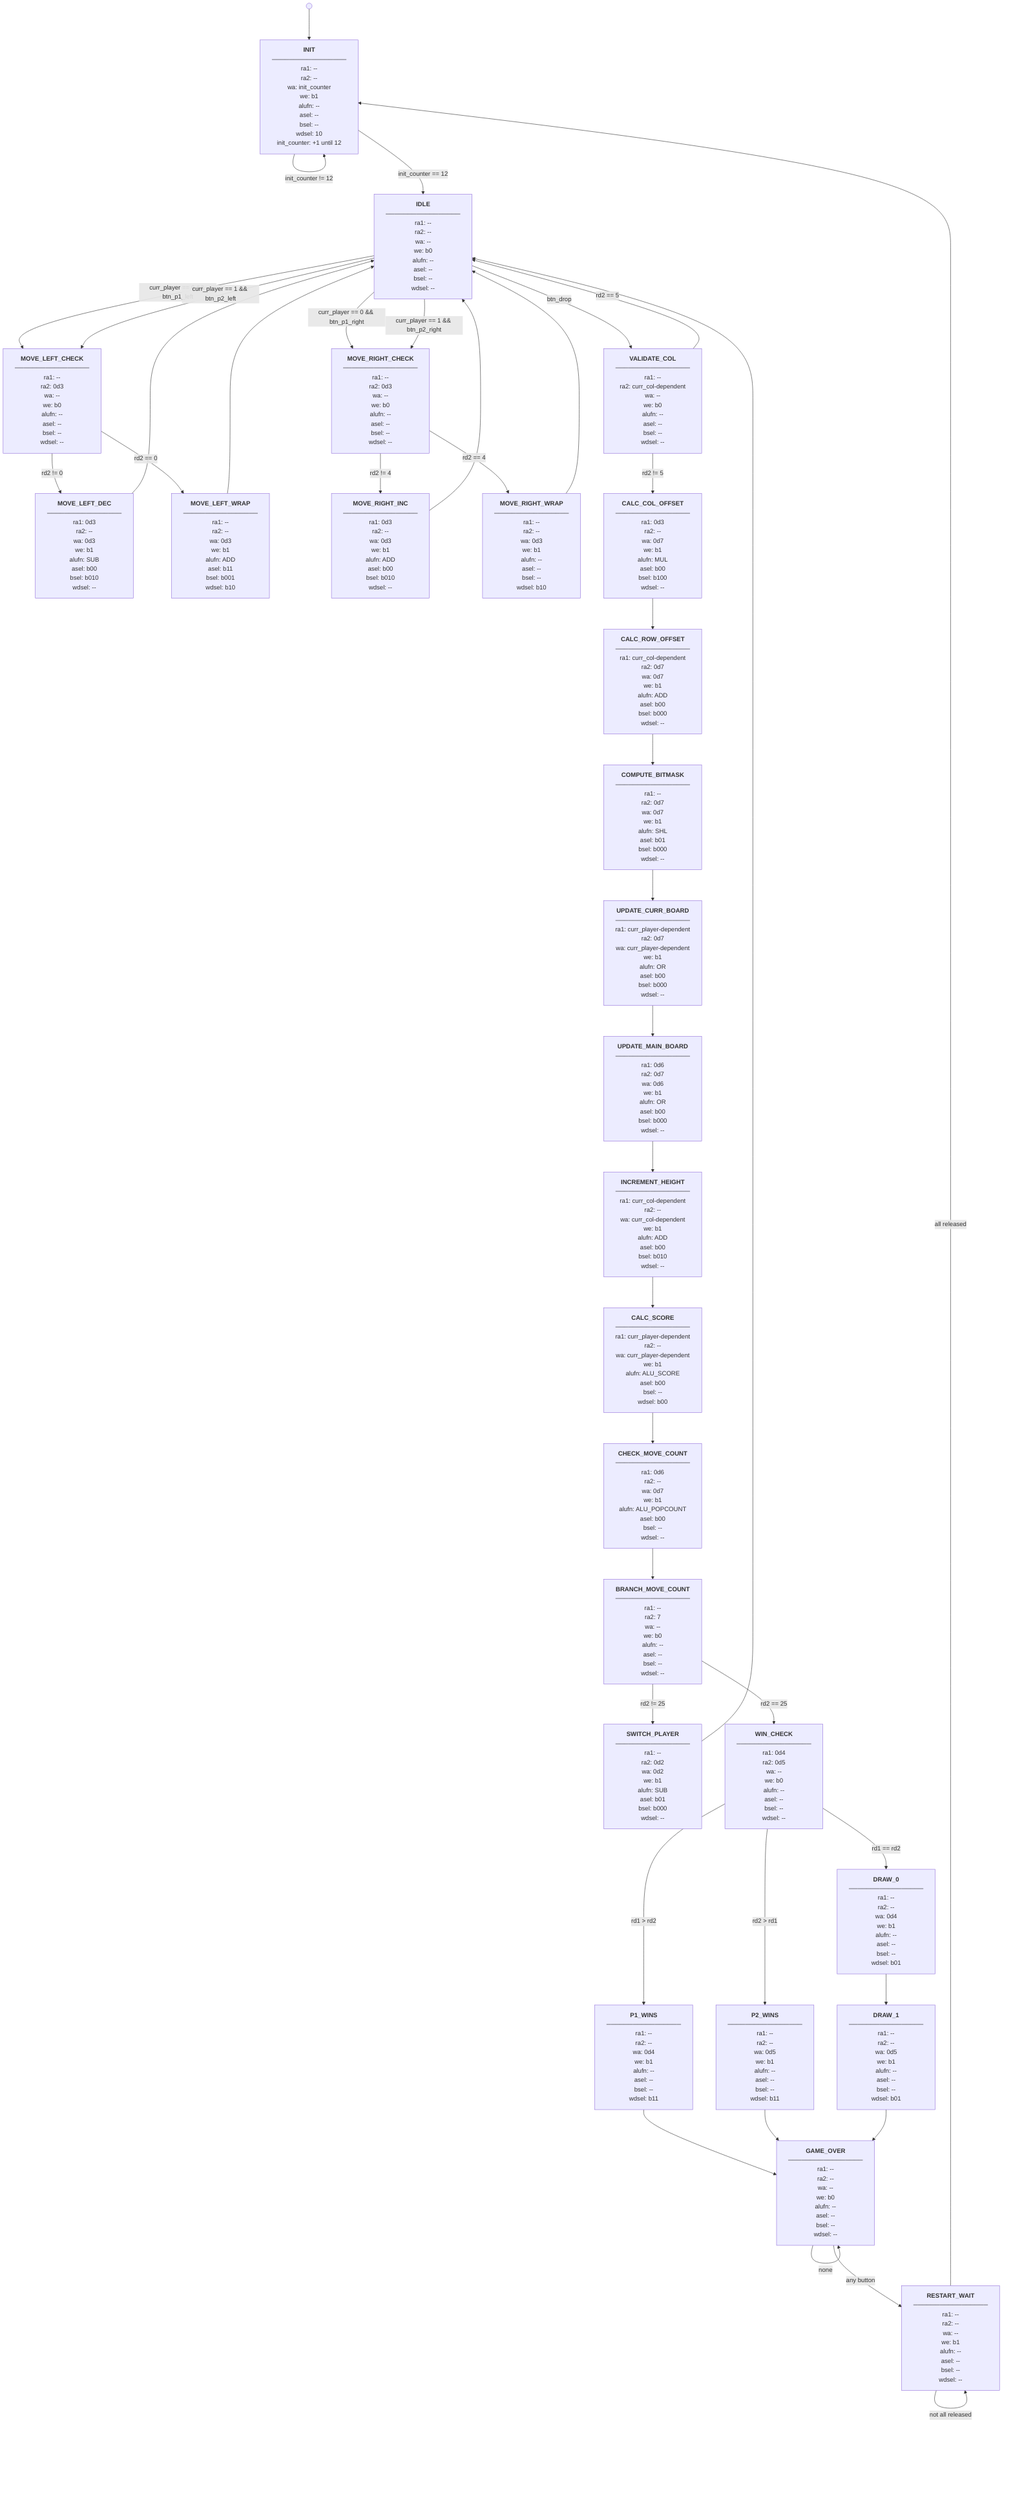
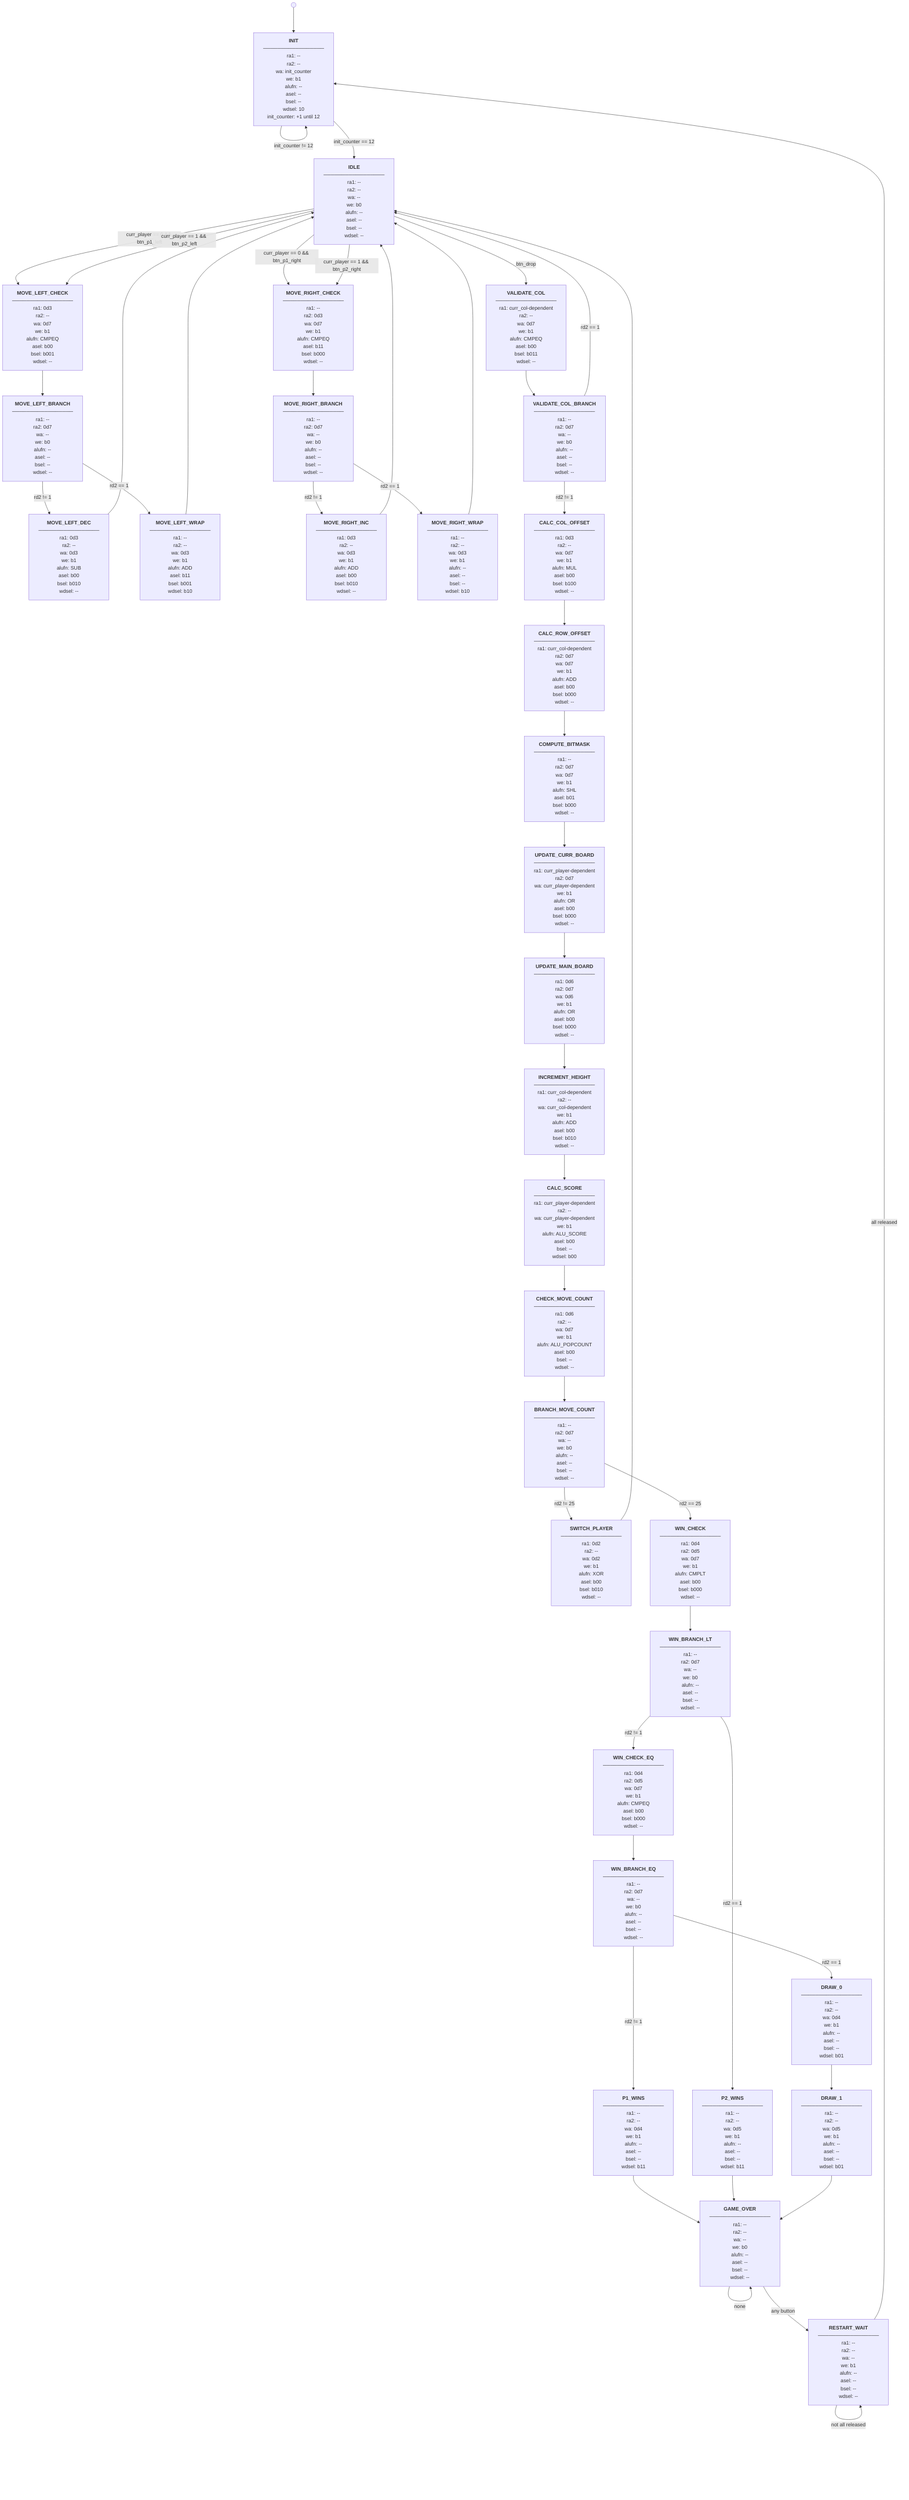
%%{init: {'flowchart': {'nodeSpacing': 60, 'rankSpacing': 80}}}%%
flowchart TD

  START(( )) --> INIT

  INIT["<b>INIT</b>
  ─────────────────
  ra1: --
  ra2: --
  wa: init_counter
  we: b1
  alufn: --
  asel: --
  bsel: --
  wdsel: 10
  init_counter: +1 until 12"]

  IDLE["<b>IDLE</b>
  ─────────────────
  ra1: --
  ra2: --
  wa: --
  we: b0
  alufn: --
  asel: --
  bsel: --
  wdsel: --"]

  MOVE_LEFT_CHECK["<b>MOVE_LEFT_CHECK</b>
  ─────────────────
-   ra1: --
-   ra2: 0d3
+   ra1: 0d3
+   ra2: --
+   wa: 0d7
+   we: b1
+   alufn: CMPEQ
+   asel: b00
+   bsel: b001
+   wdsel: --"]
+ 
+   MOVE_LEFT_BRANCH["<b>MOVE_LEFT_BRANCH</b>
+   ─────────────────
+   ra1: --
+   ra2: 0d7
  wa: --
  we: b0
  alufn: --
  asel: --
  bsel: --
  wdsel: --"]

  MOVE_LEFT_DEC["<b>MOVE_LEFT_DEC</b>
  ─────────────────
  ra1: 0d3
  ra2: --
  wa: 0d3
  we: b1
  alufn: SUB
  asel: b00
  bsel: b010
  wdsel: --"]

  MOVE_LEFT_WRAP["<b>MOVE_LEFT_WRAP</b>
  ─────────────────
  ra1: --
  ra2: --
  wa: 0d3
  we: b1
  alufn: ADD
  asel: b11
  bsel: b001
  wdsel: b10"]

  MOVE_RIGHT_CHECK["<b>MOVE_RIGHT_CHECK</b>
  ─────────────────
  ra1: --
  ra2: 0d3
+   wa: 0d7
+   we: b1
+   alufn: CMPEQ
+   asel: b11
+   bsel: b000
+   wdsel: --"]
+ 
+   MOVE_RIGHT_BRANCH["<b>MOVE_RIGHT_BRANCH</b>
+   ─────────────────
+   ra1: --
+   ra2: 0d7
  wa: --
  we: b0
  alufn: --
  asel: --
  bsel: --
  wdsel: --"]

  MOVE_RIGHT_INC["<b>MOVE_RIGHT_INC</b>
  ─────────────────
  ra1: 0d3
  ra2: --
  wa: 0d3
  we: b1
  alufn: ADD
  asel: b00
  bsel: b010
  wdsel: --"]

  MOVE_RIGHT_WRAP["<b>MOVE_RIGHT_WRAP</b>
  ─────────────────
  ra1: --
  ra2: --
  wa: 0d3
  we: b1
  alufn: --
  asel: --
  bsel: --
  wdsel: b10"]

  VALIDATE_COL["<b>VALIDATE_COL</b>
  ─────────────────
-   ra1: --
-   ra2: curr_col-dependent
+   ra1: curr_col-dependent
+   ra2: --
+   wa: 0d7
+   we: b1
+   alufn: CMPEQ
+   asel: b00
+   bsel: b011
+   wdsel: --"]
+ 
+   VALIDATE_COL_BRANCH["<b>VALIDATE_COL_BRANCH</b>
+   ─────────────────
+   ra1: --
+   ra2: 0d7
  wa: --
  we: b0
  alufn: --
  asel: --
  bsel: --
  wdsel: --"]

  CALC_COL_OFFSET["<b>CALC_COL_OFFSET</b>
  ─────────────────
  ra1: 0d3
  ra2: --
  wa: 0d7
  we: b1
  alufn: MUL
  asel: b00
  bsel: b100
  wdsel: --"]

  CALC_ROW_OFFSET["<b>CALC_ROW_OFFSET</b>
  ─────────────────
  ra1: curr_col-dependent
  ra2: 0d7
  wa: 0d7
  we: b1
  alufn: ADD
  asel: b00
  bsel: b000
  wdsel: --"]

  COMPUTE_BITMASK["<b>COMPUTE_BITMASK</b>
  ─────────────────
  ra1: --
  ra2: 0d7
  wa: 0d7
  we: b1
  alufn: SHL
  asel: b01
  bsel: b000
  wdsel: --"]

  UPDATE_CURR_BOARD["<b>UPDATE_CURR_BOARD</b>
  ─────────────────
  ra1: curr_player-dependent
  ra2: 0d7
  wa: curr_player-dependent
  we: b1
  alufn: OR
  asel: b00
  bsel: b000
  wdsel: --"]

  UPDATE_MAIN_BOARD["<b>UPDATE_MAIN_BOARD</b>
  ─────────────────
  ra1: 0d6
  ra2: 0d7
  wa: 0d6
  we: b1
  alufn: OR
  asel: b00
  bsel: b000
  wdsel: --"]

  INCREMENT_HEIGHT["<b>INCREMENT_HEIGHT</b>
  ─────────────────
  ra1: curr_col-dependent
  ra2: --
  wa: curr_col-dependent
  we: b1
  alufn: ADD
  asel: b00
  bsel: b010
  wdsel: --"]

  CALC_SCORE["<b>CALC_SCORE</b>
  ─────────────────
  ra1: curr_player-dependent
  ra2: --
  wa: curr_player-dependent
  we: b1
  alufn: ALU_SCORE
  asel: b00
  bsel: --
  wdsel: b00"]

  CHECK_MOVE_COUNT["<b>CHECK_MOVE_COUNT</b>
  ─────────────────
  ra1: 0d6
  ra2: --
  wa: 0d7
  we: b1
  alufn: ALU_POPCOUNT
  asel: b00
  bsel: --
  wdsel: --"]

  BRANCH_MOVE_COUNT["<b>BRANCH_MOVE_COUNT</b>
  ─────────────────
  ra1: --
-   ra2: 7
+   ra2: 0d7
  wa: --
  we: b0
  alufn: --
  asel: --
  bsel: --
  wdsel: --"]

  SWITCH_PLAYER["<b>SWITCH_PLAYER</b>
  ─────────────────
-   ra1: --
-   ra2: 0d2
+   ra1: 0d2
+   ra2: --
  wa: 0d2
  we: b1
-   alufn: SUB
-   asel: b01
-   bsel: b000
+   alufn: XOR
+   asel: b00
+   bsel: b010
  wdsel: --"]

  WIN_CHECK["<b>WIN_CHECK</b>
  ─────────────────
  ra1: 0d4
  ra2: 0d5
+   wa: 0d7
+   we: b1
+   alufn: CMPLT
+   asel: b00
+   bsel: b000
+   wdsel: --"]
+ 
+   WIN_BRANCH_LT["<b>WIN_BRANCH_LT</b>
+   ─────────────────
+   ra1: --
+   ra2: 0d7
+   wa: --
+   we: b0
+   alufn: --
+   asel: --
+   bsel: --
+   wdsel: --"]
+ 
+   WIN_CHECK_EQ["<b>WIN_CHECK_EQ</b>
+   ─────────────────
+   ra1: 0d4
+   ra2: 0d5
+   wa: 0d7
+   we: b1
+   alufn: CMPEQ
+   asel: b00
+   bsel: b000
+   wdsel: --"]
+ 
+   WIN_BRANCH_EQ["<b>WIN_BRANCH_EQ</b>
+   ─────────────────
+   ra1: --
+   ra2: 0d7
  wa: --
  we: b0
  alufn: --
  asel: --
  bsel: --
  wdsel: --"]

  P1_WINS["<b>P1_WINS</b>
  ─────────────────
  ra1: --
  ra2: --
  wa: 0d4
  we: b1
  alufn: --
  asel: --
  bsel: --
  wdsel: b11"]

  P2_WINS["<b>P2_WINS</b>
  ─────────────────
  ra1: --
  ra2: --
  wa: 0d5
  we: b1
  alufn: --
  asel: --
  bsel: --
  wdsel: b11"]

  DRAW_0["<b>DRAW_0</b>
  ─────────────────
  ra1: --
  ra2: --
  wa: 0d4
  we: b1
  alufn: --
  asel: --
  bsel: --
  wdsel: b01"]

  DRAW_1["<b>DRAW_1</b>
  ─────────────────
  ra1: --
  ra2: --
  wa: 0d5
  we: b1
  alufn: --
  asel: --
  bsel: --
  wdsel: b01"]

  GAME_OVER["<b>GAME_OVER</b>
  ─────────────────
  ra1: --
  ra2: --
  wa: --
  we: b0
  alufn: --
  asel: --
  bsel: --
  wdsel: --"]

  RESTART_WAIT["<b>RESTART_WAIT</b>
  ─────────────────
  ra1: --
  ra2: --
  wa: --
  we: b1
  alufn: --
  asel: --
  bsel: --
  wdsel: --"]

  INIT -->|init_counter == 12| IDLE
  INIT -->|init_counter != 12| INIT

  IDLE -->|curr_player == 0 && btn_p1_left| MOVE_LEFT_CHECK
  IDLE -->|curr_player == 0 && btn_p1_right| MOVE_RIGHT_CHECK
  IDLE -->|curr_player == 1 && btn_p2_left| MOVE_LEFT_CHECK
  IDLE -->|curr_player == 1 && btn_p2_right| MOVE_RIGHT_CHECK
  IDLE -->|btn_drop| VALIDATE_COL

-   MOVE_LEFT_CHECK -->|rd2 == 0| MOVE_LEFT_WRAP
-   MOVE_LEFT_CHECK -->|rd2 != 0| MOVE_LEFT_DEC
+   MOVE_LEFT_CHECK --> MOVE_LEFT_BRANCH
+   MOVE_LEFT_BRANCH -->|rd2 == 1| MOVE_LEFT_WRAP
+   MOVE_LEFT_BRANCH -->|rd2 != 1| MOVE_LEFT_DEC
  MOVE_LEFT_DEC --> IDLE
  MOVE_LEFT_WRAP --> IDLE

-   MOVE_RIGHT_CHECK -->|rd2 == 4| MOVE_RIGHT_WRAP
-   MOVE_RIGHT_CHECK -->|rd2 != 4| MOVE_RIGHT_INC
+   MOVE_RIGHT_CHECK --> MOVE_RIGHT_BRANCH
+   MOVE_RIGHT_BRANCH -->|rd2 == 1| MOVE_RIGHT_WRAP
+   MOVE_RIGHT_BRANCH -->|rd2 != 1| MOVE_RIGHT_INC
  MOVE_RIGHT_INC --> IDLE
  MOVE_RIGHT_WRAP --> IDLE

-   VALIDATE_COL -->|rd2 == 5| IDLE
-   VALIDATE_COL -->|rd2 != 5| CALC_COL_OFFSET
+   VALIDATE_COL --> VALIDATE_COL_BRANCH
+   VALIDATE_COL_BRANCH -->|rd2 == 1| IDLE
+   VALIDATE_COL_BRANCH -->|rd2 != 1| CALC_COL_OFFSET

  CALC_COL_OFFSET --> CALC_ROW_OFFSET
  CALC_ROW_OFFSET --> COMPUTE_BITMASK
  COMPUTE_BITMASK --> UPDATE_CURR_BOARD
  UPDATE_CURR_BOARD --> UPDATE_MAIN_BOARD
  UPDATE_MAIN_BOARD --> INCREMENT_HEIGHT
  INCREMENT_HEIGHT --> CALC_SCORE
  CALC_SCORE --> CHECK_MOVE_COUNT
  CHECK_MOVE_COUNT --> BRANCH_MOVE_COUNT

  BRANCH_MOVE_COUNT -->|rd2 == 25| WIN_CHECK
  BRANCH_MOVE_COUNT -->|rd2 != 25| SWITCH_PLAYER
  SWITCH_PLAYER --> IDLE

-   WIN_CHECK -->|rd1 > rd2| P1_WINS
-   WIN_CHECK -->|rd2 > rd1| P2_WINS
-   WIN_CHECK -->|rd1 == rd2| DRAW_0
+   WIN_CHECK --> WIN_BRANCH_LT
+   WIN_BRANCH_LT -->|rd2 == 1| P2_WINS
+   WIN_BRANCH_LT -->|rd2 != 1| WIN_CHECK_EQ
+   WIN_CHECK_EQ --> WIN_BRANCH_EQ
+   WIN_BRANCH_EQ -->|rd2 == 1| DRAW_0
+   WIN_BRANCH_EQ -->|rd2 != 1| P1_WINS

  P1_WINS --> GAME_OVER
  P2_WINS --> GAME_OVER
  DRAW_0 --> DRAW_1
  DRAW_1 --> GAME_OVER

  GAME_OVER -->|any button| RESTART_WAIT
  GAME_OVER -->|none| GAME_OVER

  RESTART_WAIT -->|all released| INIT
  RESTART_WAIT -->|not all released| RESTART_WAIT
